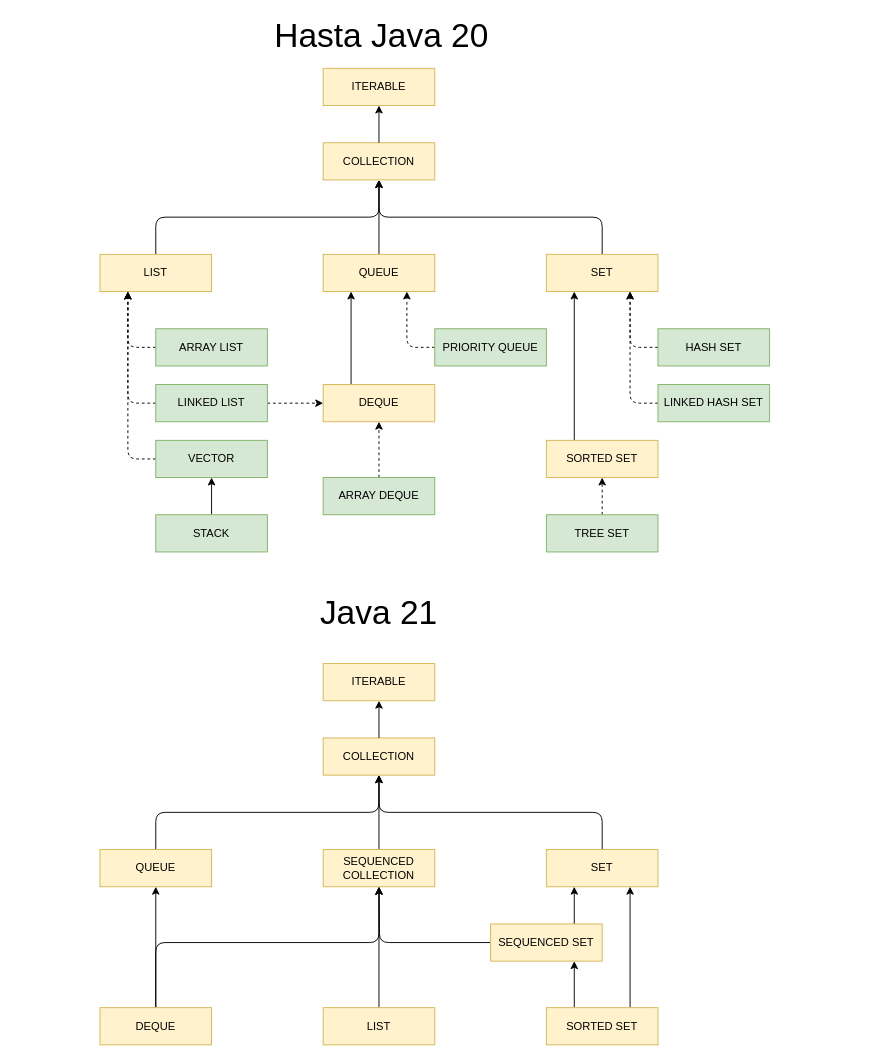
This is page "Página-13" (12 of 13) of java_features.drawio from lrag/Java_17, a draw.io file, before an edit. Source tidied: cells renumbered, new cells numbered last; positions are measured from the earlier drawing's top-left corner, leaving out a move shared by most shapes. Both pictures are drawn from the tidied source at 93%, with x=0, y=0 at pixel (100, 21).
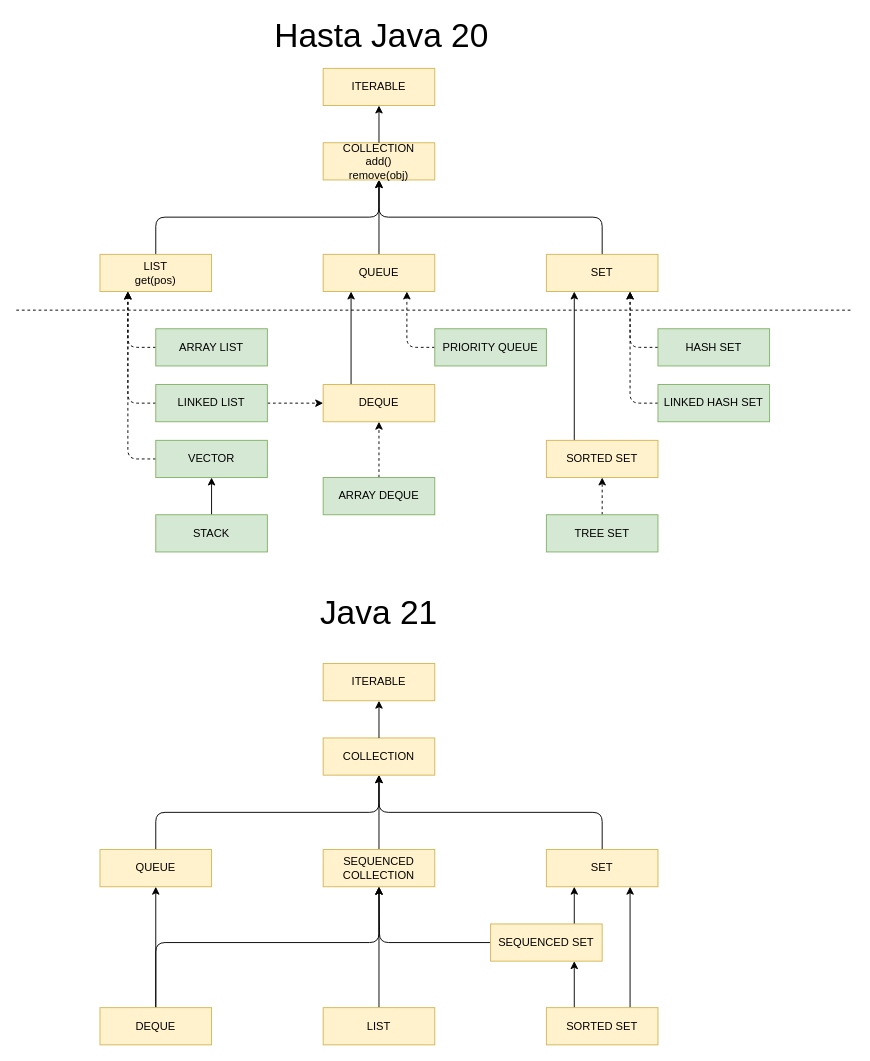
After the change.

Diff of the diagram source:
```diff
@@
-    <mxCell id="3" value="COLLECTION" style="rounded=0;whiteSpace=wrap;html=1;fontSize=12;fillColor=#fff2cc;strokeColor=#d6b656;" parent="1" vertex="1">
+    <mxCell id="3" value="COLLECTION&lt;br&gt;add()&lt;br&gt;remove(obj)" style="rounded=0;whiteSpace=wrap;html=1;fontSize=12;fillColor=#fff2cc;strokeColor=#d6b656;" parent="1" vertex="1">
       <mxGeometry x="240" y="130" width="120" height="40" as="geometry" />
     </mxCell>
@@
-    <mxCell id="6" value="LIST" style="rounded=0;whiteSpace=wrap;html=1;fontSize=12;fillColor=#fff2cc;strokeColor=#d6b656;" parent="1" vertex="1">
+    <mxCell id="6" value="LIST&lt;br&gt;get(pos)" style="rounded=0;whiteSpace=wrap;html=1;fontSize=12;fillColor=#fff2cc;strokeColor=#d6b656;" parent="1" vertex="1">
       <mxGeometry y="250" width="120" height="40" as="geometry" />
     </mxCell>
@@
+    <mxCell id="56" style="endArrow=none;dashed=1;html=1;rounded=0;" parent="1" edge="1">
+      <mxGeometry relative="1" as="geometry">
+        <mxPoint x="-90" y="310" as="sourcePoint" />
+        <mxPoint x="810" y="310" as="targetPoint" />
+      </mxGeometry>
+    </mxCell>
```
